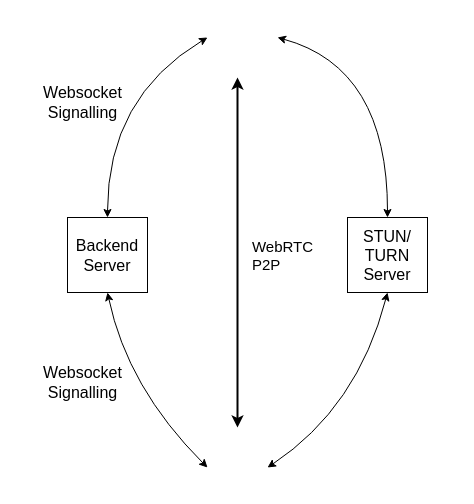
grenn24/PSA-Code-Sprint-2025 keeps this draw.io diagram as !admin/Video Call Architecture Diagram.drawio. Above is the earlier version. Source tidied: cells renumbered, new cells numbered last; positions are measured from the earlier drawing's top-left corner, leaving out a move shared by most shapes. Both pictures are drawn from the tidied source at 100%, with x=0, y=0 at pixel (32, 17).
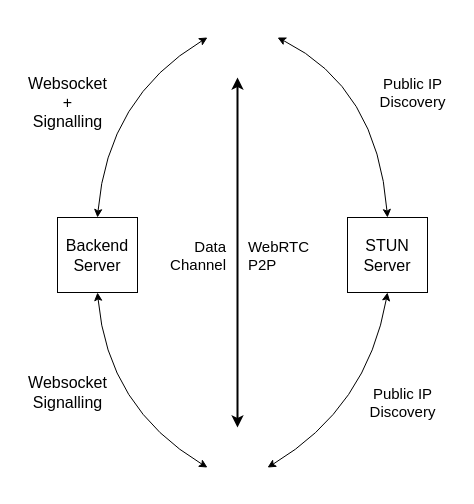
The same page after the edit.

The change refers to these unchanged cells:
```xml
<mxCell id="3" style="sketch=0;outlineConnect=0;fontColor=#232F3E;gradientColor=none;fillColor=#FFFFFF;strokeColor=none;dashed=0;verticalLabelPosition=bottom;verticalAlign=top;align=center;html=1;fontSize=12;fontStyle=0;shape=mxgraph.aws4.user;" parent="1" vertex="1">
  <mxGeometry x="175" y="410" width="60" height="60" as="geometry" />
</mxCell>
```

Change to the diagram source:
```diff
@@
     <mxCell id="5" value="&lt;font&gt;WebRTC&lt;/font&gt;&lt;div style=&quot;text-align: left;&quot;&gt;&lt;font&gt;P2P&lt;/font&gt;&lt;/div&gt;" style="text;html=1;align=center;verticalAlign=middle;strokeColor=none;fillColor=none;fontSize=15;" parent="1" vertex="1">
-      <mxGeometry x="210" y="212.5" width="80" height="50" as="geometry" />
+      <mxGeometry x="206" y="212.5" width="80" height="50" as="geometry" />
     </mxCell>
     <mxCell id="6" value="&lt;div&gt;Backend&lt;/div&gt;Server" style="rounded=0;whiteSpace=wrap;html=1;fillColor=none;fontSize=16;" parent="1" vertex="1">
-      <mxGeometry x="35" y="200" width="80" height="75" as="geometry" />
+      <mxGeometry x="25" y="200" width="80" height="75" as="geometry" />
     </mxCell>
@@
     <mxCell id="8" style="curved=1;endArrow=classic;html=1;rounded=0;startArrow=classic;startFill=1;entryX=0.5;entryY=1;entryDx=0;entryDy=0;exitX=-0.05;exitY=0.667;exitDx=0;exitDy=0;exitPerimeter=0;" parent="1" edge="1" source="3" target="6">
       <mxGeometry relative="1" as="geometry">
         <Array as="points">
-          <mxPoint x="95" y="370" />
+          <mxPoint x="75" y="390" />
         </Array>
       </mxGeometry>
     </mxCell>
-    <mxCell id="9" value="&lt;div&gt;Websocket&lt;/div&gt;Signalling" style="text;html=1;align=center;verticalAlign=middle;strokeColor=none;fillColor=none;fontSize=16;" parent="1" vertex="1">
-      <mxGeometry y="60" width="100" height="50" as="geometry" />
+    <mxCell id="9" value="&lt;div&gt;Websocket&lt;/div&gt;&lt;div&gt;+&lt;/div&gt;Signalling" style="text;html=1;align=center;verticalAlign=middle;strokeColor=none;fillColor=none;fontSize=16;" parent="1" vertex="1">
+      <mxGeometry x="-15" y="50" width="100" height="70" as="geometry" />
     </mxCell>
     <mxCell id="10" value="&lt;div&gt;Websocket&lt;/div&gt;Signalling" style="text;html=1;align=center;verticalAlign=middle;strokeColor=none;fillColor=none;fontSize=16;" parent="1" vertex="1">
-      <mxGeometry y="340" width="100" height="50" as="geometry" />
+      <mxGeometry x="-15" y="350" width="100" height="50" as="geometry" />
     </mxCell>
-    <mxCell id="11" value="STUN/&lt;div&gt;TURN&lt;/div&gt;&lt;div&gt;Server&lt;/div&gt;" style="rounded=0;whiteSpace=wrap;html=1;fillColor=none;fontSize=16;" parent="1" vertex="1">
+    <mxCell id="11" value="STUN&lt;div&gt;Server&lt;/div&gt;" style="rounded=0;whiteSpace=wrap;html=1;fillColor=none;fontSize=16;" parent="1" vertex="1">
       <mxGeometry x="315" y="200" width="80" height="75" as="geometry" />
     </mxCell>
     <mxCell id="12" style="curved=1;endArrow=classic;html=1;rounded=0;exitX=0.5;exitY=0;exitDx=0;exitDy=0;startArrow=classic;startFill=1;" parent="1" edge="1" source="11">
       <mxGeometry relative="1" as="geometry">
         <mxPoint x="245" y="20" as="targetPoint" />
         <Array as="points">
-          <mxPoint x="355" y="50" />
+          <mxPoint x="345" y="70" />
         </Array>
       </mxGeometry>
     </mxCell>
     <mxCell id="13" style="curved=1;endArrow=classic;html=1;rounded=0;startArrow=classic;startFill=1;entryX=0.5;entryY=1;entryDx=0;entryDy=0;exitX=1.05;exitY=0.667;exitDx=0;exitDy=0;exitPerimeter=0;" parent="1" edge="1" source="3" target="11">
       <mxGeometry relative="1" as="geometry">
         <Array as="points">
-          <mxPoint x="325" y="390" />
+          <mxPoint x="335" y="390" />
         </Array>
       </mxGeometry>
     </mxCell>
+    <mxCell id="14" value="Data&lt;div&gt;Channel&lt;/div&gt;" style="text;html=1;align=right;verticalAlign=middle;strokeColor=none;fillColor=none;fontSize=15;" parent="1" vertex="1">
+      <mxGeometry x="115" y="212.5" width="80" height="50" as="geometry" />
+    </mxCell>
+    <mxCell id="15" value="Public IP&lt;div&gt;Discovery&lt;/div&gt;" style="text;html=1;align=center;verticalAlign=middle;strokeColor=none;fillColor=none;fontSize=15;" parent="1" vertex="1">
+      <mxGeometry x="335" y="50" width="90" height="50" as="geometry" />
+    </mxCell>
+    <mxCell id="16" value="Public IP&lt;div&gt;Discovery&lt;/div&gt;" style="text;html=1;align=center;verticalAlign=middle;strokeColor=none;fillColor=none;fontSize=15;" parent="1" vertex="1">
+      <mxGeometry x="325" y="360" width="90" height="50" as="geometry" />
+    </mxCell>
```
